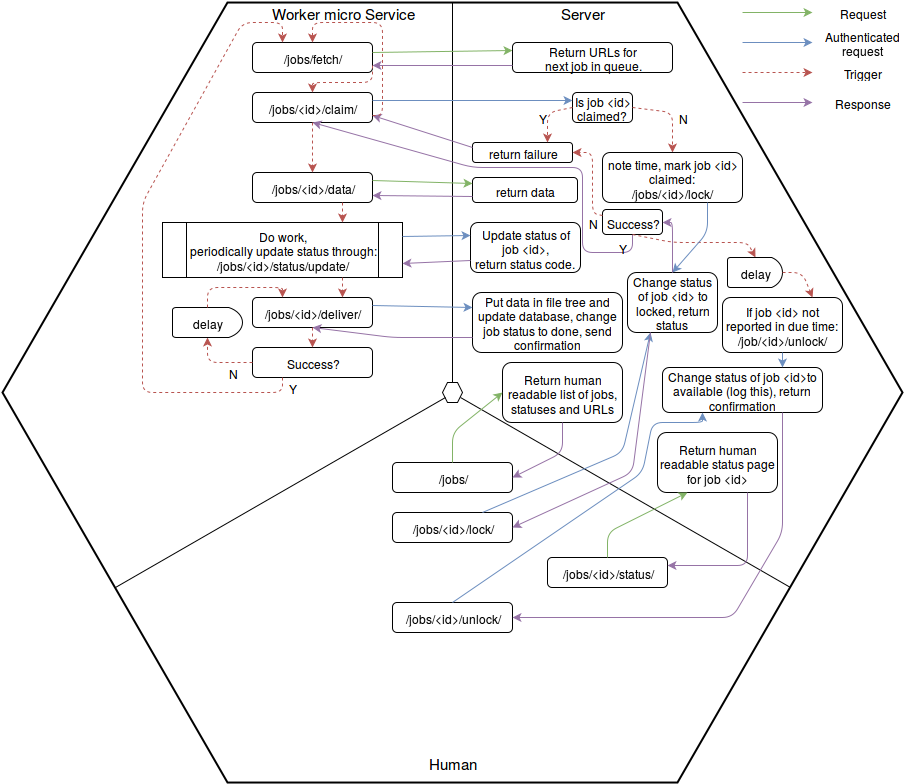
The draw.io diagram uServiceMoxup.png in Odin-SMR/molflow-microq-framework, before a commit. Source tidied: cells renumbered, new cells last; positions are measured from the earlier drawing's top-left corner, leaving out a move shared by most shapes.
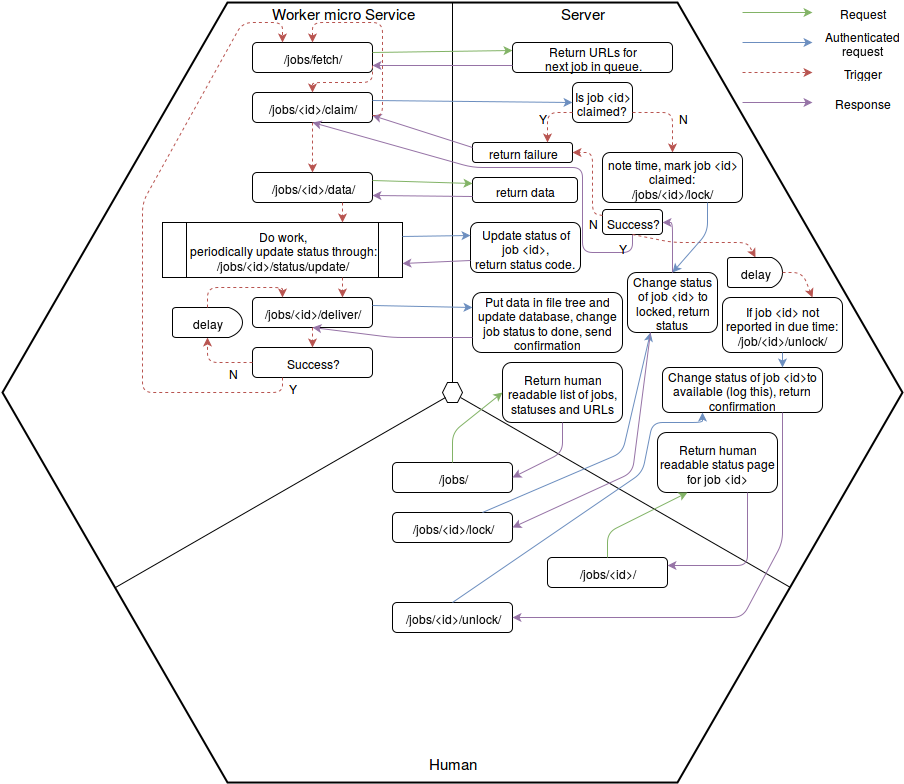
Above is the later version.

Commit message:
Corrected mockup typ

What changed in the source:
```diff
@@ -80,7 +80,7 @@
       <mxGeometry x="250" y="90" width="120" height="30" as="geometry" />
     </mxCell>
     <mxCell id="22" value="Is job &amp;lt;id&amp;gt; claimed?&lt;br&gt;" style="rounded=1;whiteSpace=wrap;html=1;" parent="1" vertex="1">
-      <mxGeometry x="570" y="90" width="60" height="30" as="geometry" />
+      <mxGeometry x="570" y="80" width="60" height="40" as="geometry" />
     </mxCell>
     <mxCell id="23" value="return failure&lt;br&gt;" style="rounded=1;whiteSpace=wrap;html=1;" parent="1" vertex="1">
       <mxGeometry x="470" y="140" width="100" height="20" as="geometry" />
@@ -91,7 +91,7 @@
     <mxCell id="25" style="endArrow=classic;html=1;plain-purple;exitX=0;exitY=0.75;entryX=1;entryY=0.75;" parent="1" edge="1" source="20" target="18">
       <mxGeometry x="930" y="130" as="geometry" />
     </mxCell>
-    <mxCell id="26" style="endArrow=classic;html=1;plain-blue;exitX=1;exitY=0.25;entryX=0;entryY=0.25;" parent="1" edge="1" source="21" target="22">
+    <mxCell id="26" style="endArrow=classic;html=1;plain-blue;exitX=1;exitY=0.25;entryX=0;entryY=0.5;" parent="1" edge="1" source="21" target="22">
       <mxGeometry x="930" y="70" as="geometry" />
     </mxCell>
     <mxCell id="27" style="endArrow=classic;html=1;dashed=1;plain-red;exitX=1;exitY=0.75;entryX=0.5;entryY=0;" parent="1" edge="1" source="18" target="21">
@@ -144,15 +144,16 @@
     <mxCell id="36" style="endArrow=classic;html=1;plain-purple;exitX=0;exitY=0.75;entryX=1;entryY=0.75;" parent="1" edge="1" source="34" target="31">
       <mxGeometry x="930" y="130" as="geometry" />
     </mxCell>
-    <mxCell id="37" style="endArrow=classic;html=1;dashed=1;plain-red;exitX=1;exitY=0.5;entryX=0.5;entryY=0;" parent="1" edge="1" source="22" target="42">
+    <mxCell id="37" style="endArrow=classic;html=1;dashed=1;plain-red;exitX=1;exitY=0.75;entryX=0.5;entryY=0;" parent="1" edge="1" source="22" target="42">
       <mxGeometry x="930" y="100" as="geometry">
         <Array as="points">
           <mxPoint x="670" y="110" />
         </Array>
       </mxGeometry>
     </mxCell>
-    <mxCell id="38" style="endArrow=classic;html=1;dashed=1;plain-red;exitX=0;exitY=0.5;entryX=0.75;entryY=0;" parent="1" edge="1" source="22" target="23">
+    <mxCell id="38" style="endArrow=classic;html=1;dashed=1;plain-red;entryX=0.75;entryY=0;" parent="1" edge="1" target="23">
       <mxGeometry x="940" y="110" as="geometry">
+        <mxPoint x="570" y="110" as="sourcePoint" />
         <Array as="points">
           <mxPoint x="545" y="110" />
         </Array>
@@ -283,7 +284,7 @@
     <mxCell id="68" value="/jobs/" style="rounded=1;whiteSpace=wrap;html=1;strokeWidth=1;fontSize=12;" parent="1" vertex="1">
       <mxGeometry x="390" y="460" width="120" height="30" as="geometry" />
     </mxCell>
-    <mxCell id="69" value="/jobs/&amp;lt;id&amp;gt;/status/" style="rounded=1;whiteSpace=wrap;html=1;strokeWidth=1;fontSize=12;" parent="1" vertex="1">
+    <mxCell id="69" value="/jobs/&amp;lt;id&amp;gt;/" style="rounded=1;whiteSpace=wrap;html=1;strokeWidth=1;fontSize=12;" parent="1" vertex="1">
       <mxGeometry x="545" y="555" width="120" height="30" as="geometry" />
     </mxCell>
     <mxCell id="70" value="/jobs/&amp;lt;id&amp;gt;/unlock/" style="rounded=1;whiteSpace=wrap;html=1;strokeWidth=1;fontSize=12;" parent="1" vertex="1">
@@ -345,8 +346,8 @@
     <mxCell id="80" style="endArrow=classic;html=1;plain-purple;exitX=0.75;exitY=1;entryX=1;entryY=0.5;" parent="1" edge="1" source="66" target="70">
       <mxGeometry x="930" y="130" as="geometry">
         <Array as="points">
-          <mxPoint x="780" y="530" />
-          <mxPoint x="730" y="615" />
+          <mxPoint x="780" y="540" />
+          <mxPoint x="740" y="615" />
         </Array>
       </mxGeometry>
     </mxCell>
```
